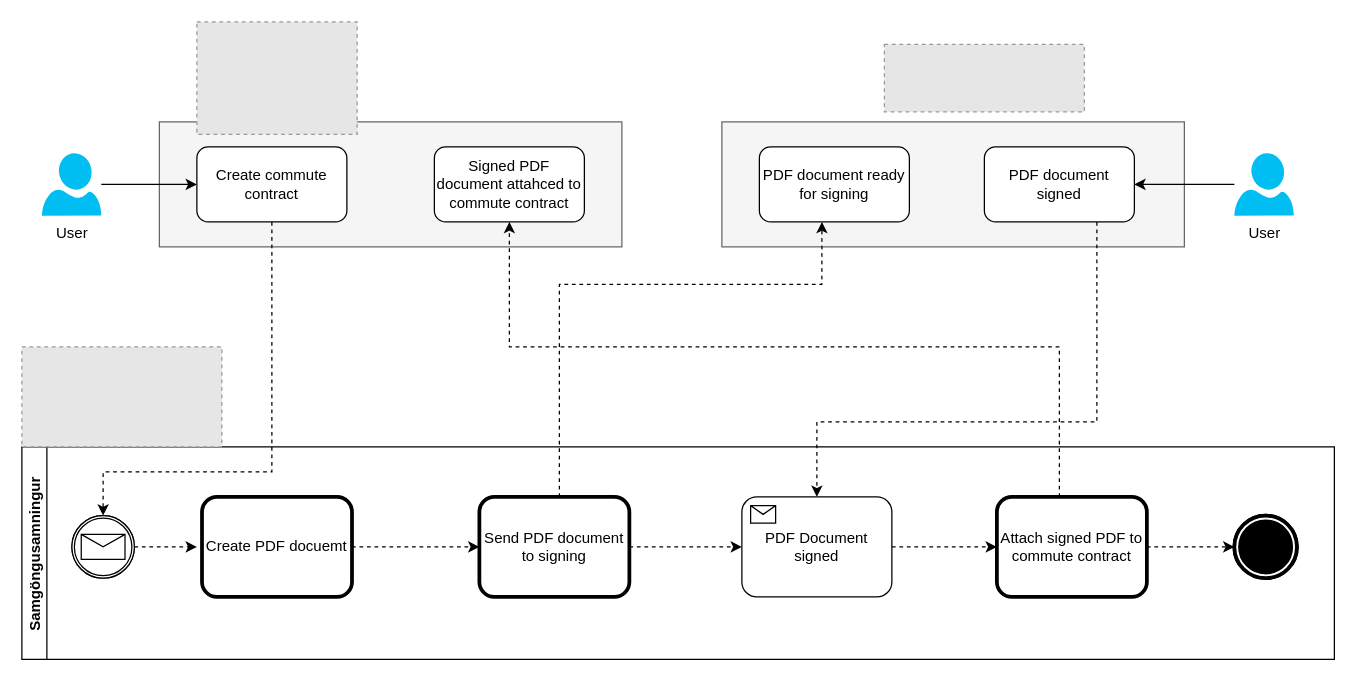
The draw.io diagram Azure Logic Apps Pilot Project/images/salesforce-signet-overview-BPMN.drawio in thorleifurb/thorleifurb.github.io, before the edit. Source tidied: cells renumbered, new cells numbered last; positions are measured from the earlier drawing's top-left corner, leaving out a move shared by most shapes. Both pictures are drawn from the tidied source at 125%, with x=0, y=0 at pixel (21, 21). Pictures stored in the file or linked from it are replaced by grey dashed boxes.
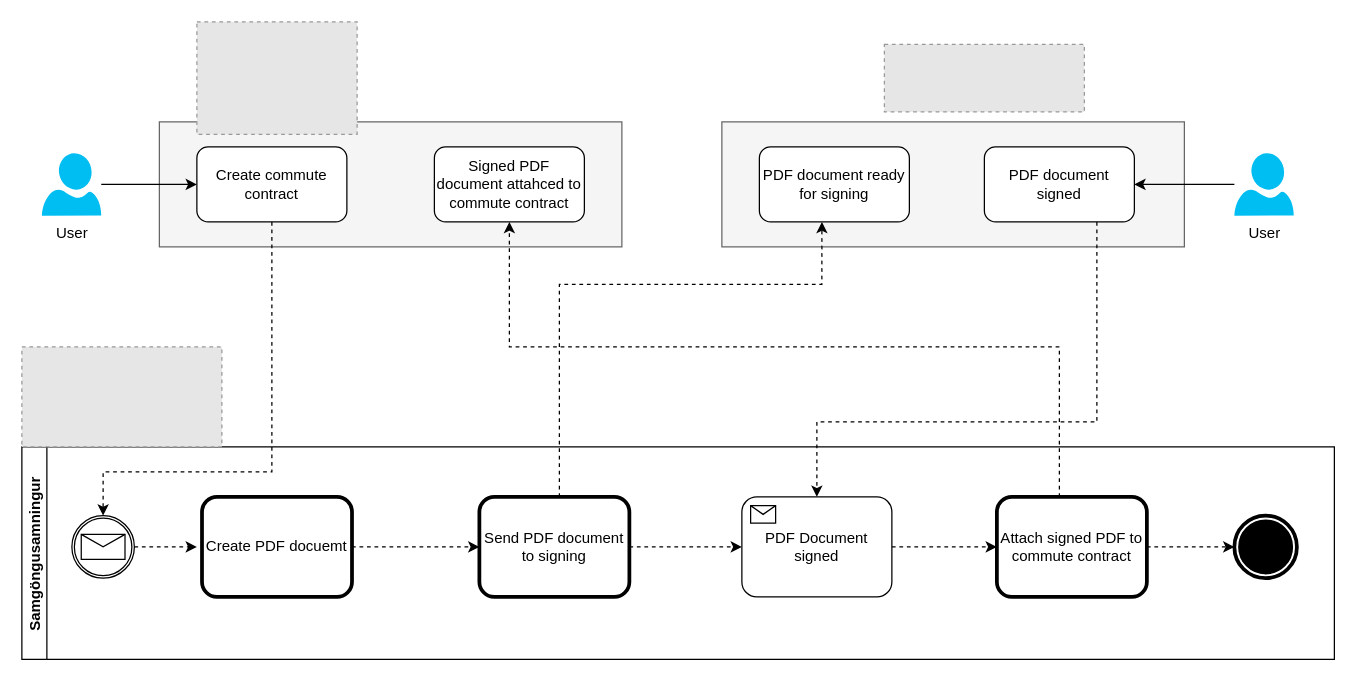
Above is the later version.

Unchanged cells that the change refers to:
```xml
<mxCell id="28" value="Attach signed PDF to commute contract" style="shape=ext;rounded=1;html=1;whiteSpace=wrap;strokeWidth=3;" parent="1" vertex="1">
  <mxGeometry x="780" y="380" width="120" height="80" as="geometry" />
</mxCell>
```

Change to the diagram source:
```diff
@@
-    <mxCell id="26" style="edgeStyle=orthogonalEdgeStyle;rounded=0;jettySize=auto;html=1;dashed=1;" parent="1" edge="1" source="28" target="29">
-      <mxGeometry relative="1" as="geometry" />
+    <mxCell id="26" style="edgeStyle=orthogonalEdgeStyle;rounded=0;jettySize=auto;html=1;dashed=1;" parent="1" edge="1" source="28">
+      <mxGeometry relative="1" as="geometry">
+        <mxPoint x="970" y="420" as="targetPoint" />
+      </mxGeometry>
     </mxCell>
@@
-    <mxCell id="29" style="shape=mxgraph.bpmn.shape;html=1;verticalLabelPosition=bottom;labelBackgroundColor=#ffffff;verticalAlign=top;align=center;perimeter=ellipsePerimeter;outlineConnect=0;outline=end;symbol=terminate;" parent="1" vertex="1">
-      <mxGeometry x="970" y="395" width="50" height="50" as="geometry" />
-    </mxCell>
@@
-    <mxCell id="32" style="shape=mxgraph.bpmn.shape;html=1;verticalLabelPosition=bottom;labelBackgroundColor=#ffffff;verticalAlign=top;align=center;perimeter=ellipsePerimeter;outline=catching;symbol=message;" parent="1" vertex="1">
-      <mxGeometry x="40" y="395" width="50" height="50" as="geometry" />
-    </mxCell>
-    <mxCell id="33" style="shape=mxgraph.bpmn.shape;html=1;verticalLabelPosition=bottom;labelBackgroundColor=#ffffff;verticalAlign=top;align=center;perimeter=ellipsePerimeter;outline=end;symbol=terminate;" parent="1" vertex="1">
-      <mxGeometry x="970" y="395" width="50" height="50" as="geometry" />
-    </mxCell>
+    <mxCell id="34" style="shape=mxgraph.bpmn.shape;html=1;verticalLabelPosition=bottom;labelBackgroundColor=#ffffff;verticalAlign=top;align=center;perimeter=ellipsePerimeter;outline=end;symbol=terminate;" parent="1" vertex="1">
+      <mxGeometry x="970" y="395" width="50" height="50" as="geometry" />
+    </mxCell>
```
